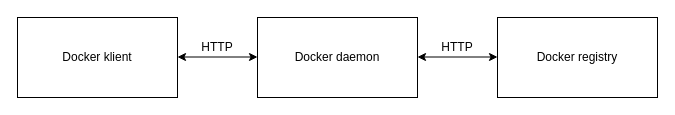
The draw.io diagram DockerArchitecture.drawio in bzumik1/UML, before the edit. Source tidied: cells renumbered, new cells numbered last; positions are measured from the earlier drawing's top-left corner, leaving out a move shared by most shapes. Both pictures are drawn from the tidied source at 100%, with x=0, y=0 at pixel (17, 17).
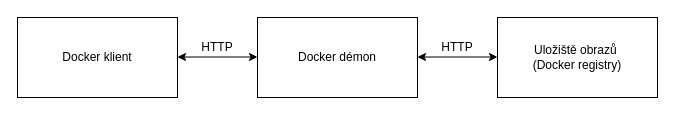
The same diagram, later.

The edit, as a diff of the source:
```diff
@@
 <mxGraphModel>
   <root>
     <mxCell id="0" />
     <mxCell id="1" parent="0" />
     <mxCell id="2" value="Docker klient" style="rounded=0;whiteSpace=wrap;html=1;" parent="1" vertex="1">
       <mxGeometry width="160" height="80" as="geometry" />
     </mxCell>
-    <mxCell id="3" value="Docker daemon" style="rounded=0;whiteSpace=wrap;html=1;" parent="1" vertex="1">
+    <mxCell id="3" value="Docker démon" style="rounded=0;whiteSpace=wrap;html=1;" parent="1" vertex="1">
       <mxGeometry x="240" width="160" height="80" as="geometry" />
     </mxCell>
-    <mxCell id="4" value="Docker registry" style="rounded=0;whiteSpace=wrap;html=1;" parent="1" vertex="1">
+    <mxCell id="4" value="Uložiště obrazů&amp;nbsp;&lt;br&gt;(Docker registry)" style="rounded=0;whiteSpace=wrap;html=1;" parent="1" vertex="1">
       <mxGeometry x="480" width="160" height="80" as="geometry" />
     </mxCell>
     <mxCell id="5" style="endArrow=classic;startArrow=classic;html=1;" parent="1" edge="1">
       <mxGeometry relative="1" as="geometry">
         <mxPoint x="160" y="39.5" as="sourcePoint" />
         <mxPoint x="240" y="39.5" as="targetPoint" />
       </mxGeometry>
     </mxCell>
     <mxCell id="6" style="endArrow=classic;startArrow=classic;html=1;" parent="1" edge="1">
       <mxGeometry relative="1" as="geometry">
         <mxPoint x="400" y="39.5" as="sourcePoint" />
         <mxPoint x="480" y="39.5" as="targetPoint" />
       </mxGeometry>
     </mxCell>
     <mxCell id="7" value="HTTP" style="text;html=1;strokeColor=none;fillColor=none;align=center;verticalAlign=middle;whiteSpace=wrap;rounded=0;" parent="1" vertex="1">
       <mxGeometry x="180" y="20" width="40" height="20" as="geometry" />
     </mxCell>
     <mxCell id="8" value="HTTP" style="text;html=1;strokeColor=none;fillColor=none;align=center;verticalAlign=middle;whiteSpace=wrap;rounded=0;" parent="1" vertex="1">
       <mxGeometry x="420" y="20" width="40" height="20" as="geometry" />
     </mxCell>
   </root>
 </mxGraphModel>
```
